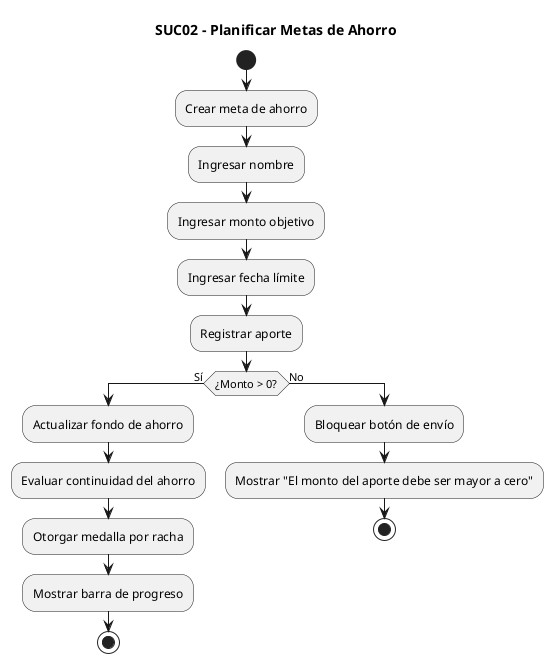
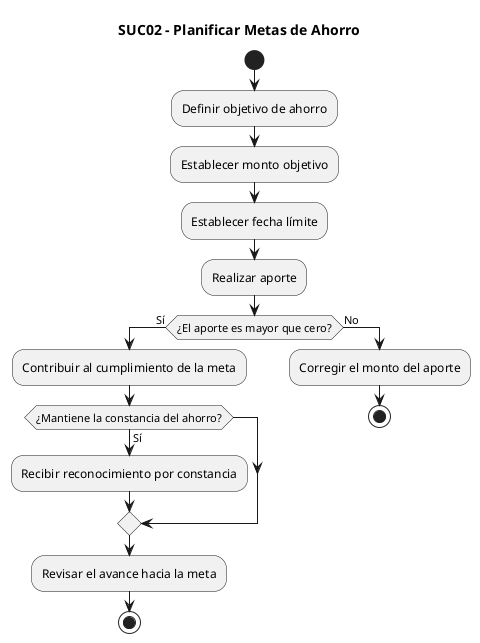
@startuml
title SUC02 - Planificar Metas de Ahorro

+ |Usuario|
+ 
start

- :Crear meta de ahorro;
- :Ingresar nombre;
- :Ingresar monto objetivo;
- :Ingresar fecha límite;
+ :Definir objetivo de ahorro;
+ :Establecer monto objetivo;
+ :Establecer fecha límite;

- :Registrar aporte;
+ :Realizar aporte;

- if (¿Monto > 0?) then (Sí)
-     :Actualizar fondo de ahorro;
-     :Evaluar continuidad del ahorro;
-     :Otorgar medalla por racha;
-     :Mostrar barra de progreso;
-     stop
+ if (¿El aporte es mayor que cero?) then (Sí)
+ 
+ :Contribuir al cumplimiento de la meta;
+ 
+ if (¿Mantiene la constancia del ahorro?) then (Sí)
+ :Recibir reconocimiento por constancia;
+ endif
+ 
+ :Revisar el avance hacia la meta;
+ 
+ stop

else (No)
-     :Bloquear botón de envío;
-     :Mostrar "El monto del aporte debe ser mayor a cero";
-     stop
+ 
+ :Corregir el monto del aporte;
+ 
+ stop
+ 
endif

@enduml